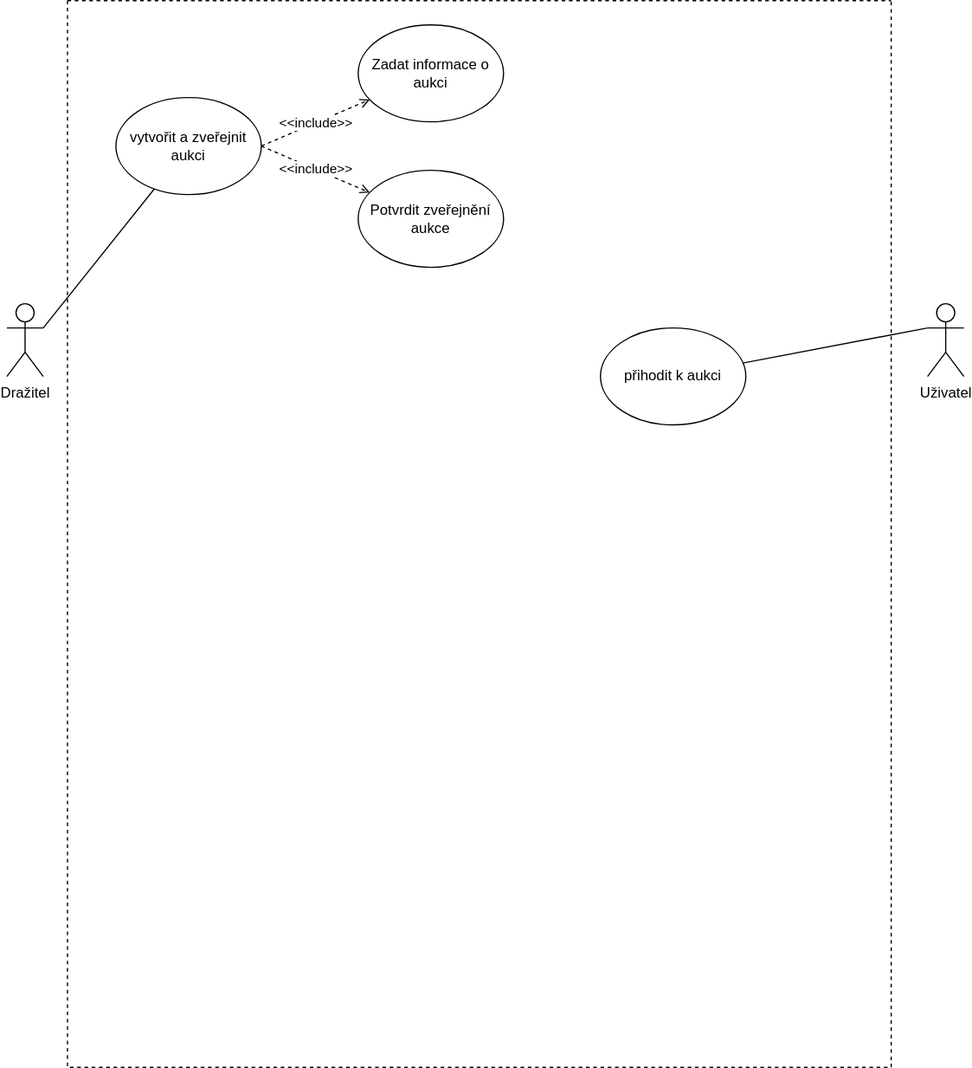
Earlier version of the draw.io export TED/Use_case_diagram.drawio.svg (TadeasPikl/Diagrams.net). Source tidied: cells renumbered, new cells last; positions are measured from the earlier drawing's top-left corner, leaving out a move shared by most shapes.
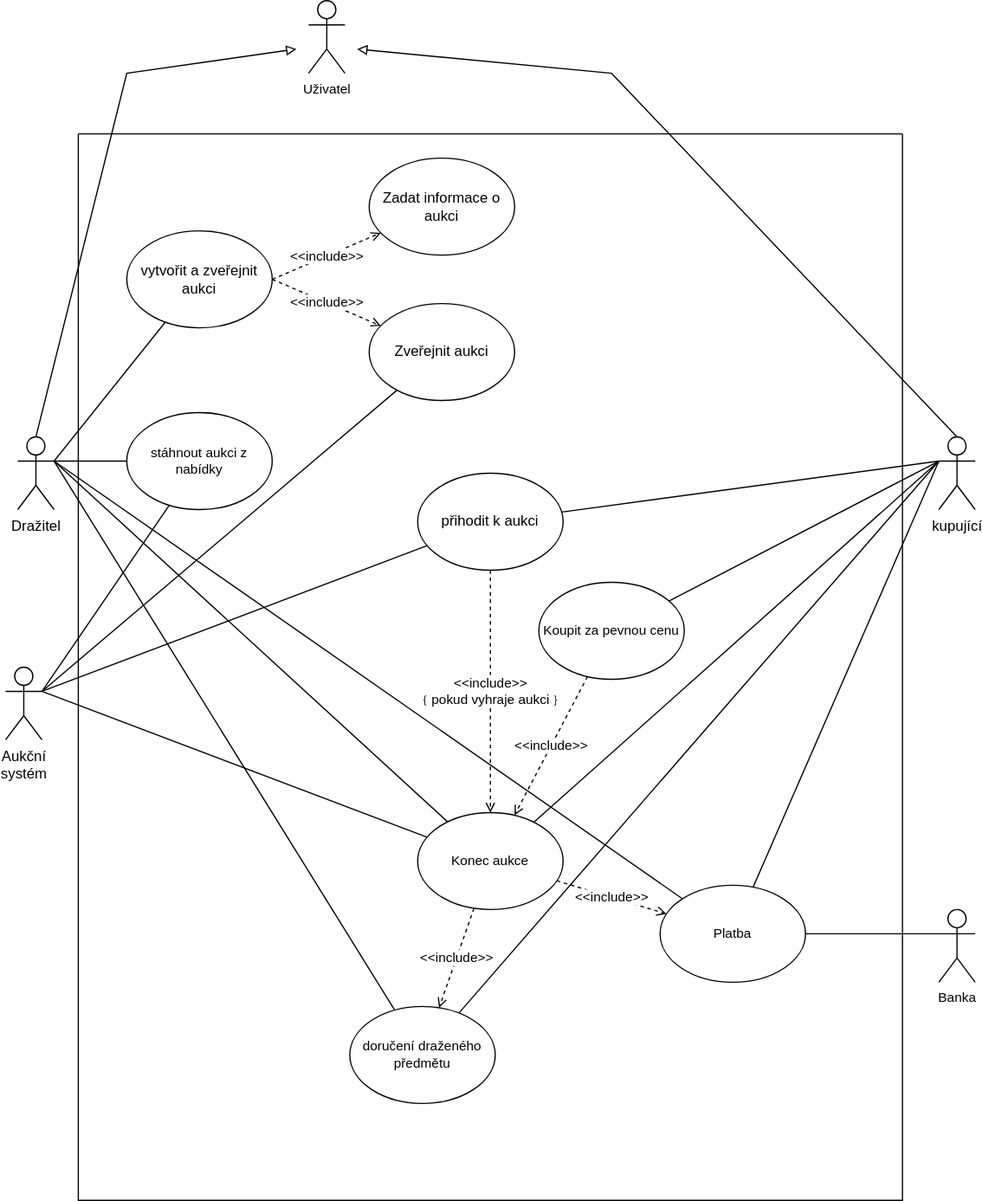
The same diagram one commit later.

The edit, as a diff of the source:
```diff
@@ -2,7 +2,7 @@
   <root>
     <mxCell id="0" />
     <mxCell id="1" parent="0" />
-    <mxCell id="2" style="swimlane;startSize=0;labelBackgroundColor=default;endArrow=open;fontSize=11;rounded=0;endFill=0;dashed=1;" parent="1" vertex="1">
+    <mxCell id="2" style="swimlane;startSize=0;labelBackgroundColor=default;endArrow=none;fontSize=11;rounded=0;endFill=0;" parent="1" vertex="1">
       <mxGeometry x="50" width="680" height="880" as="geometry" />
     </mxCell>
     <mxCell id="3" value="&amp;lt;&amp;lt;include&amp;gt;&amp;gt;" style="edgeStyle=none;rounded=0;jettySize=auto;html=1;exitX=1;exitY=0.5;exitDx=0;exitDy=0;endArrow=open;endFill=0;dashed=1;" parent="2" edge="1" source="5" target="7">
@@ -15,25 +15,116 @@
       <mxGeometry x="40" y="80" width="120" height="80" as="geometry" />
     </mxCell>
     <mxCell id="6" value="přihodit k aukci" style="ellipse;whiteSpace=wrap;html=1;" parent="2" vertex="1">
-      <mxGeometry x="440" y="270" width="120" height="80" as="geometry" />
+      <mxGeometry x="280" y="280" width="120" height="80" as="geometry" />
     </mxCell>
     <mxCell id="7" value="Zadat informace o aukci" style="ellipse;whiteSpace=wrap;html=1;" parent="2" vertex="1">
       <mxGeometry x="240" y="20" width="120" height="80" as="geometry" />
     </mxCell>
-    <mxCell id="8" value="Potvrdit zveřejnění aukce" style="ellipse;whiteSpace=wrap;html=1;" parent="2" vertex="1">
+    <mxCell id="8" value="Zveřejnit aukci" style="ellipse;whiteSpace=wrap;html=1;" parent="2" vertex="1">
       <mxGeometry x="240" y="140" width="120" height="80" as="geometry" />
     </mxCell>
+    <mxCell id="13" value="Koupit za pevnou cenu" style="ellipse;whiteSpace=wrap;html=1;fontFamily=Helvetica;fontSize=11;fontColor=default;" parent="2" vertex="1">
+      <mxGeometry x="380" y="370" width="120" height="80" as="geometry" />
+    </mxCell>
+    <mxCell id="14" value="stáhnout aukci z nabídky" style="ellipse;whiteSpace=wrap;html=1;fontFamily=Helvetica;fontSize=11;fontColor=default;" parent="2" vertex="1">
+      <mxGeometry x="40" y="230" width="120" height="80" as="geometry" />
+    </mxCell>
+    <mxCell id="15" value="Konec aukce" style="ellipse;whiteSpace=wrap;html=1;fontFamily=Helvetica;fontSize=11;fontColor=default;" parent="2" vertex="1">
+      <mxGeometry x="280" y="560" width="120" height="80" as="geometry" />
+    </mxCell>
+    <mxCell id="16" value="&amp;lt;&amp;lt;include&amp;gt;&amp;gt;" style="edgeStyle=none;rounded=0;jettySize=auto;html=1;dashed=1;endArrow=open;endFill=0;" parent="2" edge="1" source="13" target="15">
+      <mxGeometry relative="1" as="geometry" />
+    </mxCell>
+    <mxCell id="17" value="&amp;lt;&amp;lt;include&amp;gt;&amp;gt;&lt;br&gt;﹛pokud vyhraje aukci﹜" style="edgeStyle=none;rounded=0;jettySize=auto;html=1;dashed=1;endArrow=open;endFill=0;" parent="2" edge="1" source="6" target="15">
+      <mxGeometry relative="1" as="geometry" />
+    </mxCell>
+    <mxCell id="18" value="Platba" style="ellipse;whiteSpace=wrap;html=1;fontFamily=Helvetica;fontSize=11;fontColor=default;" parent="2" vertex="1">
+      <mxGeometry x="480" y="620" width="120" height="80" as="geometry" />
+    </mxCell>
+    <mxCell id="19" value="doručení draženého předmětu" style="ellipse;whiteSpace=wrap;html=1;fontFamily=Helvetica;fontSize=11;fontColor=default;" parent="2" vertex="1">
+      <mxGeometry x="224" y="720" width="120" height="80" as="geometry" />
+    </mxCell>
+    <mxCell id="20" value="&amp;lt;&amp;lt;include&amp;gt;&amp;gt;" style="edgeStyle=none;rounded=0;jettySize=auto;html=1;dashed=1;endArrow=open;endFill=0;" parent="2" edge="1" source="15" target="18">
+      <mxGeometry relative="1" as="geometry" />
+    </mxCell>
+    <mxCell id="21" value="&amp;lt;&amp;lt;include&amp;gt;&amp;gt;" style="edgeStyle=none;rounded=0;jettySize=auto;html=1;dashed=1;endArrow=open;endFill=0;" parent="2" edge="1" source="15" target="19">
+      <mxGeometry relative="1" as="geometry" />
+    </mxCell>
     <mxCell id="9" style="rounded=0;jettySize=auto;html=1;exitX=1;exitY=0.3333333333333333;exitDx=0;exitDy=0;exitPerimeter=0;endArrow=none;endFill=0;" parent="1" edge="1" source="10" target="5">
       <mxGeometry relative="1" as="geometry" />
     </mxCell>
+    <mxCell id="22" style="edgeStyle=none;shape=connector;rounded=0;jettySize=auto;html=1;exitX=1;exitY=0.3333333333333333;exitDx=0;exitDy=0;exitPerimeter=0;labelBackgroundColor=default;fontFamily=Helvetica;fontSize=11;fontColor=default;endArrow=none;endFill=0;strokeColor=default;" parent="1" edge="1" source="10" target="14">
+      <mxGeometry relative="1" as="geometry" />
+    </mxCell>
+    <mxCell id="23" style="edgeStyle=none;shape=connector;rounded=0;jettySize=auto;html=1;exitX=1;exitY=0.3333333333333333;exitDx=0;exitDy=0;exitPerimeter=0;labelBackgroundColor=default;fontFamily=Helvetica;fontSize=11;fontColor=default;endArrow=none;endFill=0;strokeColor=default;" parent="1" edge="1" source="10" target="15">
+      <mxGeometry relative="1" as="geometry" />
+    </mxCell>
+    <mxCell id="24" style="edgeStyle=none;shape=connector;rounded=0;jettySize=auto;html=1;exitX=0.5;exitY=0;exitDx=0;exitDy=0;exitPerimeter=0;labelBackgroundColor=default;fontFamily=Helvetica;fontSize=11;fontColor=default;endArrow=block;endFill=0;strokeColor=default;" parent="1" edge="1" source="10">
+      <mxGeometry relative="1" as="geometry">
+        <mxPoint x="230" y="-70" as="targetPoint" />
+        <Array as="points">
+          <mxPoint x="90" y="-50" />
+        </Array>
+      </mxGeometry>
+    </mxCell>
+    <mxCell id="25" style="edgeStyle=none;shape=connector;rounded=0;jettySize=auto;html=1;exitX=1;exitY=0.3333333333333333;exitDx=0;exitDy=0;exitPerimeter=0;labelBackgroundColor=default;fontFamily=Helvetica;fontSize=11;fontColor=default;endArrow=none;endFill=0;strokeColor=default;" parent="1" edge="1" source="10" target="18">
+      <mxGeometry relative="1" as="geometry" />
+    </mxCell>
+    <mxCell id="26" style="edgeStyle=none;shape=connector;rounded=0;jettySize=auto;html=1;exitX=1;exitY=0.3333333333333333;exitDx=0;exitDy=0;exitPerimeter=0;labelBackgroundColor=default;fontFamily=Helvetica;fontSize=11;fontColor=default;endArrow=none;endFill=0;strokeColor=default;" parent="1" edge="1" source="10" target="19">
+      <mxGeometry relative="1" as="geometry" />
+    </mxCell>
     <mxCell id="10" value="Dražitel" style="shape=umlActor;verticalLabelPosition=bottom;verticalAlign=top;html=1;outlineConnect=0;" parent="1" vertex="1">
       <mxGeometry y="250" width="30" height="60" as="geometry" />
     </mxCell>
     <mxCell id="11" style="edgeStyle=none;rounded=0;jettySize=auto;html=1;exitX=0;exitY=0.3333333333333333;exitDx=0;exitDy=0;exitPerimeter=0;endArrow=none;endFill=0;" parent="1" edge="1" source="12" target="6">
       <mxGeometry relative="1" as="geometry" />
     </mxCell>
+    <mxCell id="27" style="edgeStyle=none;shape=connector;rounded=0;jettySize=auto;html=1;exitX=0;exitY=0.3333333333333333;exitDx=0;exitDy=0;exitPerimeter=0;labelBackgroundColor=default;fontFamily=Helvetica;fontSize=11;fontColor=default;endArrow=none;endFill=0;strokeColor=default;" parent="1" edge="1" source="12" target="13">
+      <mxGeometry relative="1" as="geometry" />
+    </mxCell>
+    <mxCell id="28" style="edgeStyle=none;shape=connector;rounded=0;jettySize=auto;html=1;exitX=0;exitY=0.3333333333333333;exitDx=0;exitDy=0;exitPerimeter=0;labelBackgroundColor=default;fontFamily=Helvetica;fontSize=11;fontColor=default;endArrow=none;endFill=0;strokeColor=default;" parent="1" edge="1" source="12" target="15">
+      <mxGeometry relative="1" as="geometry" />
+    </mxCell>
+    <mxCell id="29" style="edgeStyle=none;shape=connector;rounded=0;jettySize=auto;html=1;exitX=0.5;exitY=0;exitDx=0;exitDy=0;exitPerimeter=0;labelBackgroundColor=default;fontFamily=Helvetica;fontSize=11;fontColor=default;endArrow=block;endFill=0;strokeColor=default;" parent="1" edge="1" source="12">
+      <mxGeometry relative="1" as="geometry">
+        <mxPoint x="280" y="-70" as="targetPoint" />
+        <Array as="points">
+          <mxPoint x="490" y="-50" />
+        </Array>
+      </mxGeometry>
+    </mxCell>
+    <mxCell id="30" style="edgeStyle=none;shape=connector;rounded=0;jettySize=auto;html=1;exitX=0;exitY=0.3333333333333333;exitDx=0;exitDy=0;exitPerimeter=0;labelBackgroundColor=default;fontFamily=Helvetica;fontSize=11;fontColor=default;endArrow=none;endFill=0;strokeColor=default;" parent="1" edge="1" source="12" target="18">
+      <mxGeometry relative="1" as="geometry" />
+    </mxCell>
+    <mxCell id="31" style="edgeStyle=none;shape=connector;rounded=0;jettySize=auto;html=1;exitX=0;exitY=0.3333333333333333;exitDx=0;exitDy=0;exitPerimeter=0;labelBackgroundColor=default;fontFamily=Helvetica;fontSize=11;fontColor=default;endArrow=none;endFill=0;strokeColor=default;" parent="1" edge="1" source="12" target="19">
+      <mxGeometry relative="1" as="geometry" />
+    </mxCell>
-    <mxCell id="12" value="Uživatel" style="shape=umlActor;verticalLabelPosition=bottom;verticalAlign=top;html=1;outlineConnect=0;" parent="1" vertex="1">
+    <mxCell id="12" value="kupující" style="shape=umlActor;verticalLabelPosition=bottom;verticalAlign=top;html=1;outlineConnect=0;" parent="1" vertex="1">
       <mxGeometry x="760" y="250" width="30" height="60" as="geometry" />
     </mxCell>
+    <mxCell id="32" style="edgeStyle=none;shape=connector;rounded=0;jettySize=auto;html=1;exitX=1;exitY=0.3333333333333333;exitDx=0;exitDy=0;exitPerimeter=0;labelBackgroundColor=default;fontFamily=Helvetica;fontSize=11;fontColor=default;endArrow=none;endFill=0;strokeColor=default;" parent="1" edge="1" source="36" target="8">
+      <mxGeometry relative="1" as="geometry" />
+    </mxCell>
+    <mxCell id="33" style="edgeStyle=none;shape=connector;rounded=0;jettySize=auto;html=1;exitX=1;exitY=0.3333333333333333;exitDx=0;exitDy=0;exitPerimeter=0;labelBackgroundColor=default;fontFamily=Helvetica;fontSize=11;fontColor=default;endArrow=none;endFill=0;strokeColor=default;" parent="1" edge="1" source="36" target="6">
+      <mxGeometry relative="1" as="geometry" />
+    </mxCell>
+    <mxCell id="34" style="edgeStyle=none;shape=connector;rounded=0;jettySize=auto;html=1;exitX=1;exitY=0.3333333333333333;exitDx=0;exitDy=0;exitPerimeter=0;labelBackgroundColor=default;fontFamily=Helvetica;fontSize=11;fontColor=default;endArrow=none;endFill=0;strokeColor=default;" parent="1" edge="1" source="36" target="14">
+      <mxGeometry relative="1" as="geometry" />
+    </mxCell>
+    <mxCell id="35" style="edgeStyle=none;shape=connector;rounded=0;jettySize=auto;html=1;exitX=1;exitY=0.3333333333333333;exitDx=0;exitDy=0;exitPerimeter=0;labelBackgroundColor=default;fontFamily=Helvetica;fontSize=11;fontColor=default;endArrow=none;endFill=0;strokeColor=default;" parent="1" edge="1" source="36" target="15">
+      <mxGeometry relative="1" as="geometry" />
+    </mxCell>
+    <mxCell id="36" value="Aukční&lt;br&gt;systém" style="shape=umlActor;verticalLabelPosition=bottom;verticalAlign=top;html=1;outlineConnect=0;" parent="1" vertex="1">
+      <mxGeometry x="-10" y="440" width="30" height="60" as="geometry" />
+    </mxCell>
+    <mxCell id="37" value="Uživatel" style="shape=umlActor;verticalLabelPosition=bottom;verticalAlign=top;html=1;fontFamily=Helvetica;fontSize=11;fontColor=default;" parent="1" vertex="1">
+      <mxGeometry x="240" y="-110" width="30" height="60" as="geometry" />
+    </mxCell>
+    <mxCell id="38" style="edgeStyle=none;shape=connector;rounded=0;jettySize=auto;html=1;exitX=0;exitY=0.3333333333333333;exitDx=0;exitDy=0;exitPerimeter=0;labelBackgroundColor=default;fontFamily=Helvetica;fontSize=11;fontColor=default;endArrow=none;endFill=0;strokeColor=default;" parent="1" edge="1" source="39" target="18">
+      <mxGeometry relative="1" as="geometry" />
+    </mxCell>
+    <mxCell id="39" value="Banka" style="shape=umlActor;verticalLabelPosition=bottom;verticalAlign=top;html=1;outlineConnect=0;fontFamily=Helvetica;fontSize=11;fontColor=default;" parent="1" vertex="1">
+      <mxGeometry x="760" y="640" width="30" height="60" as="geometry" />
+    </mxCell>
   </root>
 </mxGraphModel>
```
